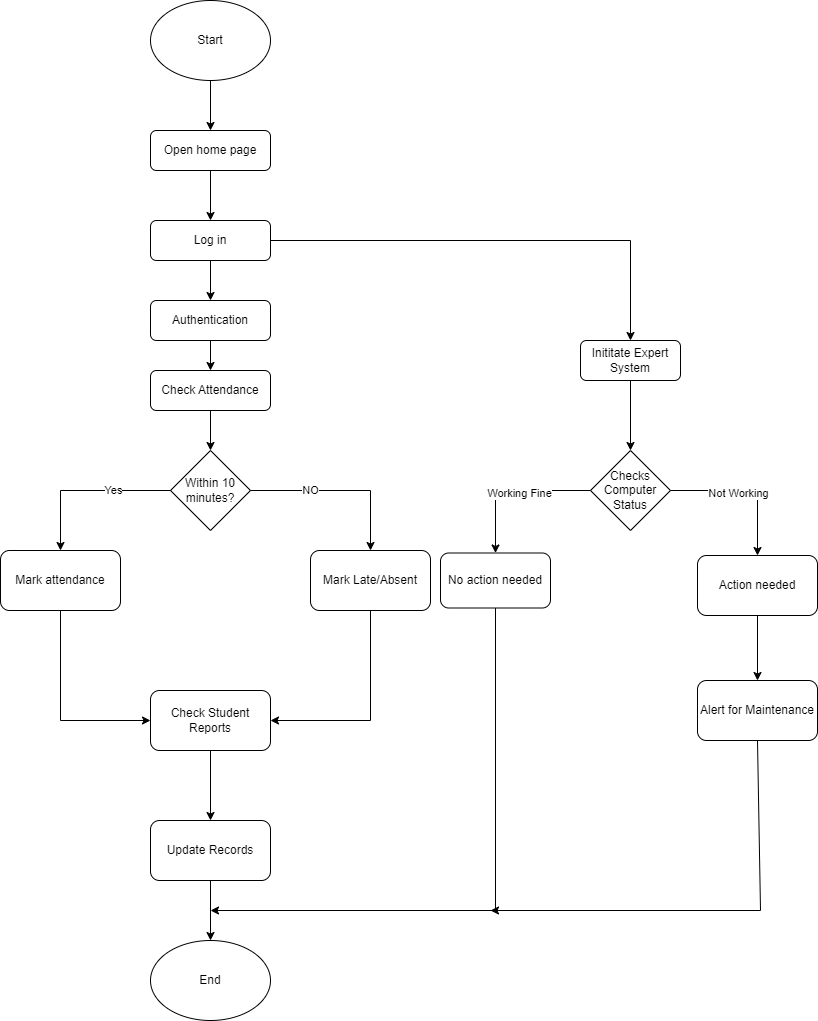
Earlier version of the draw.io export diagrams/Flow Chart.png (samiiraryal/Smart-Lab-Management-System). Source tidied: cells renumbered, new cells last; positions are measured from the earlier drawing's top-left corner, leaving out a move shared by most shapes.
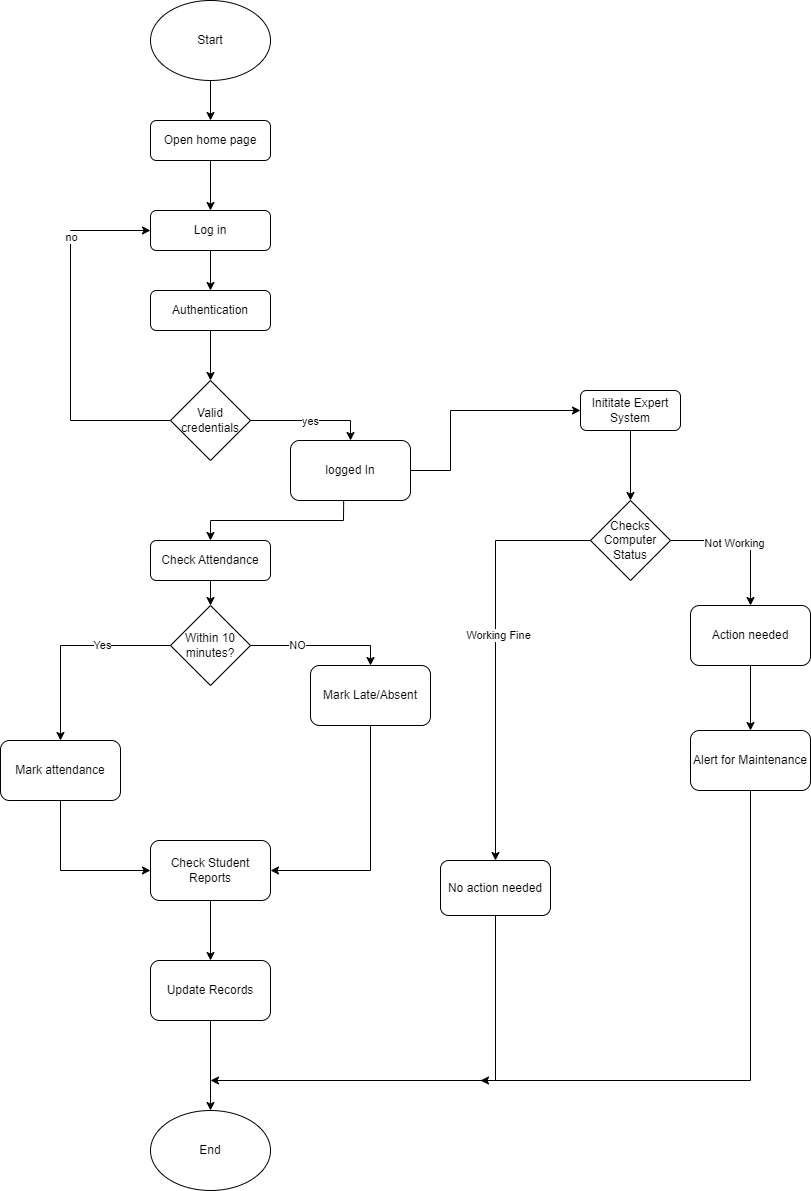
Above is the later version.

Change to the diagram source:
```diff
@@ -3,10 +3,10 @@
     <mxCell id="0" />
     <mxCell id="1" parent="0" />
     <mxCell id="2" value="Open home page" style="rounded=1;whiteSpace=wrap;html=1;fontSize=12;glass=0;strokeWidth=1;shadow=0;" parent="1" vertex="1">
-      <mxGeometry x="150" y="130" width="120" height="40" as="geometry" />
+      <mxGeometry x="150" y="70" width="120" height="40" as="geometry" />
     </mxCell>
     <mxCell id="3" value="Log in" style="rounded=1;whiteSpace=wrap;html=1;fontSize=12;glass=0;strokeWidth=1;shadow=0;" parent="1" vertex="1">
-      <mxGeometry x="150" y="220" width="120" height="40" as="geometry" />
+      <mxGeometry x="150" y="160" width="120" height="40" as="geometry" />
     </mxCell>
     <mxCell id="4" style="endArrow=classic;html=1;rounded=0;exitX=0.5;exitY=1;exitDx=0;exitDy=0;entryX=0.5;entryY=0;entryDx=0;entryDy=0;" parent="1" edge="1" source="2" target="3">
       <mxGeometry relative="1" as="geometry" />
@@ -14,14 +14,14 @@
     <mxCell id="5" style="endArrow=classic;html=1;rounded=0;exitX=0.5;exitY=1;exitDx=0;exitDy=0;entryX=0.5;entryY=0;entryDx=0;entryDy=0;" parent="1" edge="1" source="35" target="2">
       <mxGeometry relative="1" as="geometry" />
     </mxCell>
-    <mxCell id="6" style="endArrow=classic;html=1;rounded=0;entryX=0.5;entryY=0;entryDx=0;entryDy=0;exitX=0.5;exitY=1;exitDx=0;exitDy=0;" parent="1" edge="1" source="36" target="7">
+    <mxCell id="6" style="endArrow=classic;html=1;rounded=0;entryX=0.5;entryY=0;entryDx=0;entryDy=0;exitX=0.5;exitY=1;exitDx=0;exitDy=0;" parent="1" edge="1" source="36" target="38">
       <mxGeometry relative="1" as="geometry" />
     </mxCell>
     <mxCell id="7" value="Check Attendance" style="rounded=1;whiteSpace=wrap;html=1;" parent="1" vertex="1">
-      <mxGeometry x="150" y="370" width="120" height="40" as="geometry" />
+      <mxGeometry x="150" y="490" width="120" height="40" as="geometry" />
     </mxCell>
     <mxCell id="8" value="Within 10 minutes?" style="rhombus;whiteSpace=wrap;html=1;" parent="1" vertex="1">
-      <mxGeometry x="170" y="450" width="80" height="80" as="geometry" />
+      <mxGeometry x="170" y="555" width="80" height="80" as="geometry" />
     </mxCell>
     <mxCell id="9" style="endArrow=classic;html=1;rounded=0;exitX=0.5;exitY=1;exitDx=0;exitDy=0;" parent="1" edge="1" source="7" target="8">
       <mxGeometry relative="1" as="geometry" />
@@ -29,37 +29,37 @@
     <mxCell id="10" value="Yes" style="endArrow=classic;html=1;rounded=0;exitX=0;exitY=0.5;exitDx=0;exitDy=0;entryX=0.5;entryY=0;entryDx=0;entryDy=0;" parent="1" edge="1" source="8" target="12">
       <mxGeometry x="-0.33" relative="1" as="geometry">
         <Array as="points">
-          <mxPoint x="60" y="490" />
+          <mxPoint x="60" y="595" />
         </Array>
       </mxGeometry>
     </mxCell>
     <mxCell id="11" value="NO" style="endArrow=classic;html=1;rounded=0;exitX=1;exitY=0.5;exitDx=0;exitDy=0;entryX=0.5;entryY=0;entryDx=0;entryDy=0;" parent="1" edge="1" source="8" target="13">
       <mxGeometry x="-0.33" relative="1" as="geometry">
         <Array as="points">
-          <mxPoint x="370" y="490" />
+          <mxPoint x="370" y="595" />
         </Array>
       </mxGeometry>
     </mxCell>
     <mxCell id="12" value="Mark attendance" style="rounded=1;whiteSpace=wrap;html=1;" parent="1" vertex="1">
-      <mxGeometry y="550" width="120" height="60" as="geometry" />
+      <mxGeometry y="690" width="120" height="60" as="geometry" />
     </mxCell>
     <mxCell id="13" value="Mark Late/Absent" style="rounded=1;whiteSpace=wrap;html=1;" parent="1" vertex="1">
-      <mxGeometry x="310" y="550" width="120" height="60" as="geometry" />
+      <mxGeometry x="310" y="615" width="120" height="60" as="geometry" />
     </mxCell>
     <mxCell id="14" style="endArrow=classic;html=1;rounded=0;exitX=0.5;exitY=1;exitDx=0;exitDy=0;entryX=0;entryY=0.5;entryDx=0;entryDy=0;" parent="1" edge="1" source="12" target="15">
       <mxGeometry relative="1" as="geometry">
         <Array as="points">
-          <mxPoint x="60" y="720" />
+          <mxPoint x="60" y="820" />
         </Array>
       </mxGeometry>
     </mxCell>
     <mxCell id="15" value="Check Student Reports" style="rounded=1;whiteSpace=wrap;html=1;" parent="1" vertex="1">
-      <mxGeometry x="150" y="690" width="120" height="60" as="geometry" />
+      <mxGeometry x="150" y="790" width="120" height="60" as="geometry" />
     </mxCell>
     <mxCell id="16" style="endArrow=classic;html=1;rounded=0;entryX=1;entryY=0.5;entryDx=0;entryDy=0;" parent="1" edge="1" source="13" target="15">
       <mxGeometry relative="1" as="geometry">
         <Array as="points">
-          <mxPoint x="370" y="720" />
+          <mxPoint x="370" y="820" />
         </Array>
       </mxGeometry>
     </mxCell>
@@ -67,15 +67,16 @@
       <mxGeometry relative="1" as="geometry" />
     </mxCell>
     <mxCell id="18" value="Update Records" style="rounded=1;whiteSpace=wrap;html=1;" parent="1" vertex="1">
-      <mxGeometry x="150" y="820" width="120" height="60" as="geometry" />
+      <mxGeometry x="150" y="910" width="120" height="60" as="geometry" />
     </mxCell>
     <mxCell id="19" style="endArrow=classic;html=1;rounded=0;exitX=0.5;exitY=1;exitDx=0;exitDy=0;entryX=0.5;entryY=0;entryDx=0;entryDy=0;" parent="1" edge="1" source="18" target="30">
       <mxGeometry relative="1" as="geometry" />
     </mxCell>
-    <mxCell id="20" style="endArrow=classic;html=1;rounded=0;exitX=1;exitY=0.5;exitDx=0;exitDy=0;entryX=0.5;entryY=0;entryDx=0;entryDy=0;" parent="1" edge="1" source="3" target="21">
+    <mxCell id="20" style="endArrow=classic;html=1;rounded=0;exitX=1;exitY=0.5;exitDx=0;exitDy=0;entryX=0;entryY=0.5;entryDx=0;entryDy=0;" parent="1" edge="1" source="43" target="21">
       <mxGeometry relative="1" as="geometry">
         <Array as="points">
-          <mxPoint x="630" y="240" />
+          <mxPoint x="450" y="420" />
+          <mxPoint x="450" y="360" />
         </Array>
       </mxGeometry>
     </mxCell>
@@ -91,7 +92,7 @@
     <mxCell id="24" style="endArrow=classic;html=1;rounded=0;exitX=1;exitY=0.5;exitDx=0;exitDy=0;entryX=0.5;entryY=0;entryDx=0;entryDy=0;" parent="1" edge="1" source="23" target="29">
       <mxGeometry relative="1" as="geometry">
         <Array as="points">
-          <mxPoint x="757" y="490" />
+          <mxPoint x="750" y="490" />
         </Array>
       </mxGeometry>
     </mxCell>
@@ -109,19 +110,19 @@
       <mxGeometry x="-0.09" y="2" relative="1" as="geometry" />
     </mxCell>
     <mxCell id="28" value="No action needed" style="rounded=1;whiteSpace=wrap;html=1;" parent="1" vertex="1">
-      <mxGeometry x="440" y="552.5" width="110" height="55" as="geometry" />
+      <mxGeometry x="440" y="810" width="110" height="55" as="geometry" />
     </mxCell>
     <mxCell id="29" value="Action needed" style="rounded=1;whiteSpace=wrap;html=1;" parent="1" vertex="1">
-      <mxGeometry x="697" y="555" width="120" height="60" as="geometry" />
+      <mxGeometry x="690" y="555" width="120" height="60" as="geometry" />
     </mxCell>
     <mxCell id="30" value="End" style="ellipse;whiteSpace=wrap;html=1;" parent="1" vertex="1">
-      <mxGeometry x="150" y="940" width="120" height="80" as="geometry" />
+      <mxGeometry x="150" y="1060" width="120" height="80" as="geometry" />
     </mxCell>
     <mxCell id="31" style="endArrow=classic;html=1;rounded=0;exitX=0.5;exitY=1;exitDx=0;exitDy=0;" parent="1" edge="1" source="28">
       <mxGeometry relative="1" as="geometry">
-        <mxPoint x="210" y="910" as="targetPoint" />
+        <mxPoint x="210" y="1030" as="targetPoint" />
         <Array as="points">
-          <mxPoint x="495" y="910" />
+          <mxPoint x="495" y="1030" />
         </Array>
       </mxGeometry>
     </mxCell>
@@ -129,24 +130,59 @@
       <mxGeometry relative="1" as="geometry" />
     </mxCell>
     <mxCell id="33" value="Alert for Maintenance" style="rounded=1;whiteSpace=wrap;html=1;" parent="1" vertex="1">
-      <mxGeometry x="697" y="680" width="120" height="60" as="geometry" />
+      <mxGeometry x="690" y="680" width="120" height="60" as="geometry" />
     </mxCell>
     <mxCell id="34" style="endArrow=classic;html=1;rounded=0;exitX=0.5;exitY=1;exitDx=0;exitDy=0;" parent="1" edge="1" source="33">
       <mxGeometry relative="1" as="geometry">
-        <mxPoint x="490" y="910" as="targetPoint" />
+        <mxPoint x="480" y="1030" as="targetPoint" />
         <Array as="points">
-          <mxPoint x="760" y="910" />
+          <mxPoint x="750" y="1030" />
         </Array>
       </mxGeometry>
     </mxCell>
     <mxCell id="35" value="Start" style="ellipse;whiteSpace=wrap;html=1;" parent="1" vertex="1">
-      <mxGeometry x="150" width="120" height="80" as="geometry" />
+      <mxGeometry x="150" y="-50" width="120" height="80" as="geometry" />
     </mxCell>
     <mxCell id="36" value="Authentication" style="rounded=1;whiteSpace=wrap;html=1;" parent="1" vertex="1">
-      <mxGeometry x="150" y="300" width="120" height="40" as="geometry" />
+      <mxGeometry x="150" y="240" width="120" height="40" as="geometry" />
     </mxCell>
     <mxCell id="37" style="endArrow=classic;html=1;rounded=0;exitX=0.5;exitY=1;exitDx=0;exitDy=0;entryX=0.5;entryY=0;entryDx=0;entryDy=0;" parent="1" edge="1" source="3" target="36">
       <mxGeometry relative="1" as="geometry" />
     </mxCell>
+    <mxCell id="38" value="Valid credentials" style="rhombus;whiteSpace=wrap;html=1;" parent="1" vertex="1">
+      <mxGeometry x="170" y="330" width="80" height="80" as="geometry" />
+    </mxCell>
+    <mxCell id="39" style="endArrow=classic;html=1;rounded=0;exitX=0;exitY=0.5;exitDx=0;exitDy=0;entryX=0;entryY=0.5;entryDx=0;entryDy=0;" parent="1" edge="1" source="38" target="3">
+      <mxGeometry relative="1" as="geometry">
+        <Array as="points">
+          <mxPoint x="70" y="370" />
+          <mxPoint x="70" y="180" />
+        </Array>
+      </mxGeometry>
+    </mxCell>
+    <mxCell id="40" value="no" style="edgeLabel;html=1;align=center;verticalAlign=middle;" parent="39" vertex="1">
+      <mxGeometry x="0.54" relative="1" as="geometry" />
+    </mxCell>
+    <mxCell id="41" style="endArrow=classic;html=1;rounded=0;entryX=0.5;entryY=0;entryDx=0;entryDy=0;exitX=1;exitY=0.5;exitDx=0;exitDy=0;" parent="1" edge="1" source="38" target="43">
+      <mxGeometry relative="1" as="geometry">
+        <Array as="points">
+          <mxPoint x="350" y="370" />
+        </Array>
+      </mxGeometry>
+    </mxCell>
+    <mxCell id="42" value="yes" style="edgeLabel;html=1;align=center;verticalAlign=middle;" parent="41" vertex="1">
+      <mxGeometry x="-0.02" relative="1" as="geometry" />
+    </mxCell>
+    <mxCell id="43" value="&lt;div&gt;logged In&lt;/div&gt;" style="rounded=1;whiteSpace=wrap;html=1;" parent="1" vertex="1">
+      <mxGeometry x="290" y="390" width="120" height="60" as="geometry" />
+    </mxCell>
+    <mxCell id="44" style="endArrow=classic;html=1;rounded=0;exitX=0.443;exitY=0.997;exitDx=0;exitDy=0;exitPerimeter=0;entryX=0.5;entryY=0;entryDx=0;entryDy=0;" parent="1" edge="1" source="43" target="7">
+      <mxGeometry relative="1" as="geometry">
+        <Array as="points">
+          <mxPoint x="343" y="470" />
+          <mxPoint x="210" y="470" />
+        </Array>
+      </mxGeometry>
+    </mxCell>
   </root>
 </mxGraphModel>
```
